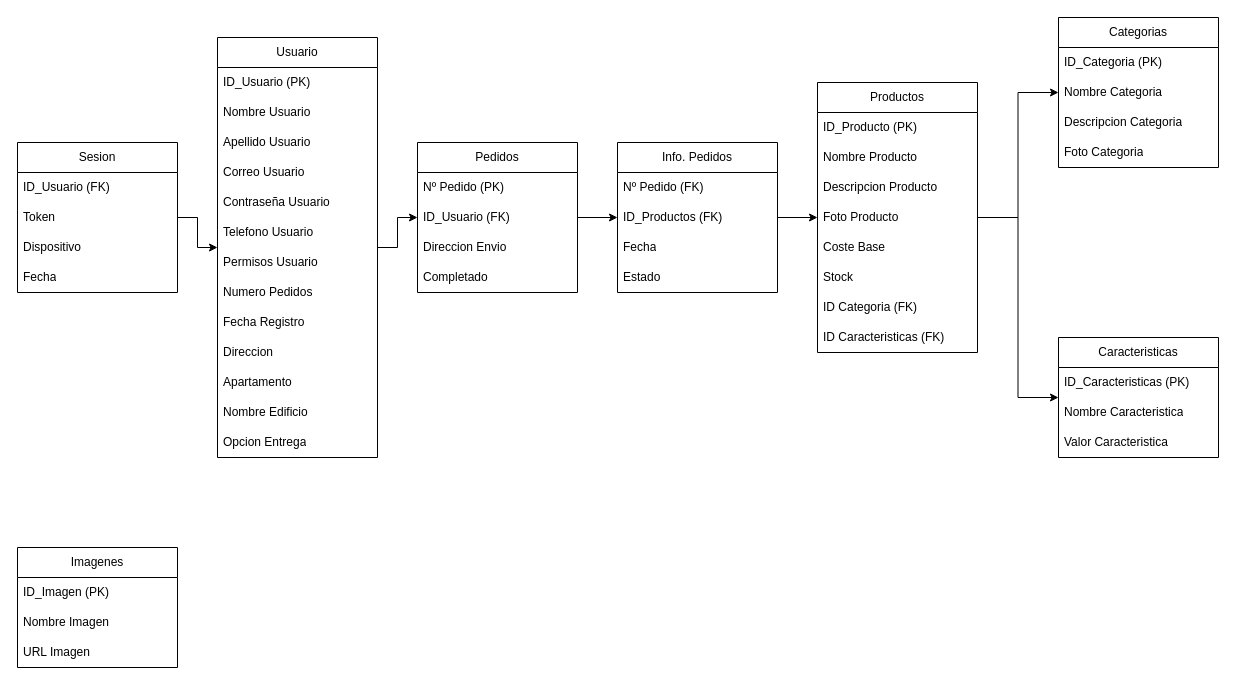
Above: page "Tabla" (2 of 2) of BBDDTFG.drawio in meeeww/tfg_server (draw.io), before the change. Source tidied: cells renumbered, new cells numbered last; positions are measured from the earlier drawing's top-left corner, leaving out a move shared by most shapes. Both pictures are drawn from the tidied source at 100%, with x=0, y=0 at pixel (17, 17).
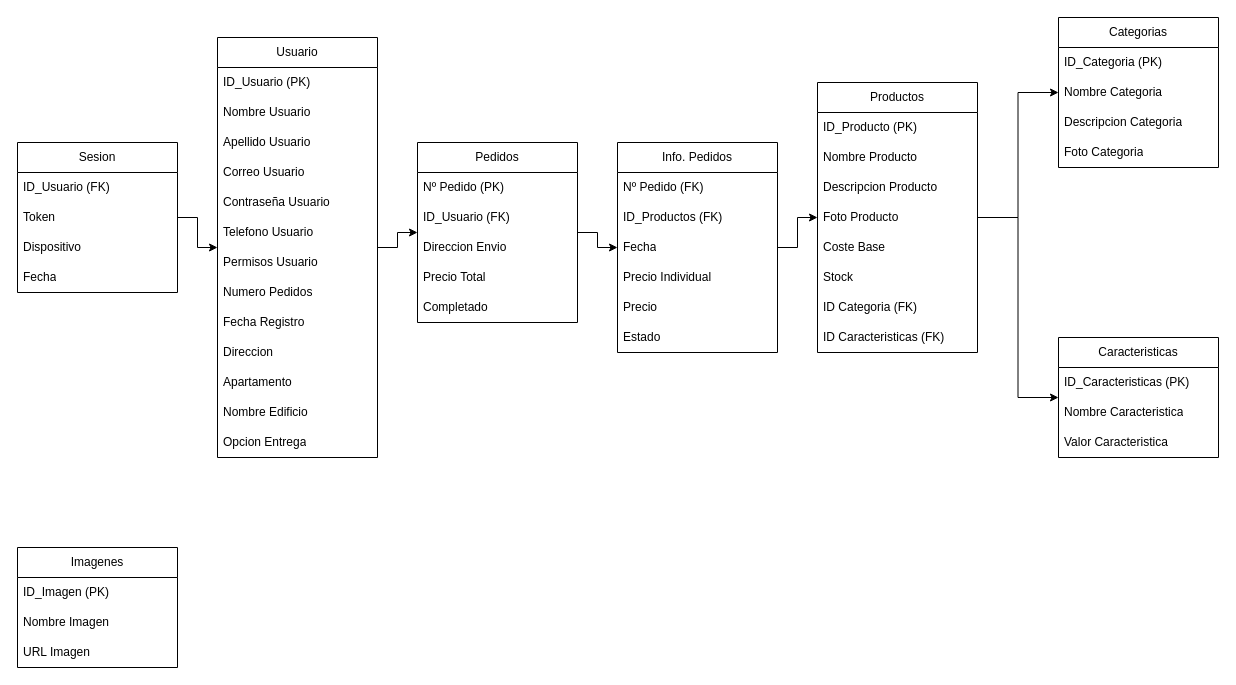
The same diagram, later.

What changed in the source:
```diff
@@
     <mxCell id="18" value="Pedidos" style="swimlane;fontStyle=0;horizontal=1;startSize=30;whiteSpace=wrap;html=1;" parent="1" vertex="1">
-      <mxGeometry x="400" y="125" width="160" height="150" as="geometry" />
+      <mxGeometry x="400" y="125" width="160" height="180" as="geometry" />
     </mxCell>
@@
+    <mxCell id="59" value="Precio Total" style="text;strokeColor=none;fillColor=none;align=left;verticalAlign=middle;spacingLeft=4;spacingRight=4;overflow=hidden;whiteSpace=wrap;html=1;" parent="18" vertex="1">
+      <mxGeometry y="120" width="160" height="30" as="geometry" />
+    </mxCell>
     <mxCell id="22" value="Completado" style="text;strokeColor=none;fillColor=none;align=left;verticalAlign=middle;spacingLeft=4;spacingRight=4;overflow=hidden;whiteSpace=wrap;html=1;" parent="18" vertex="1">
-      <mxGeometry y="120" width="160" height="30" as="geometry" />
+      <mxGeometry y="150" width="160" height="30" as="geometry" />
     </mxCell>
@@
     <mxCell id="50" value="Info. Pedidos" style="swimlane;fontStyle=0;horizontal=1;startSize=30;whiteSpace=wrap;html=1;" parent="1" vertex="1">
-      <mxGeometry x="600" y="125" width="160" height="150" as="geometry" />
+      <mxGeometry x="600" y="125" width="160" height="210" as="geometry" />
     </mxCell>
@@
+    <mxCell id="60" value="Precio Individual" style="text;strokeColor=none;fillColor=none;align=left;verticalAlign=middle;spacingLeft=4;spacingRight=4;overflow=hidden;whiteSpace=wrap;html=1;" parent="50" vertex="1">
+      <mxGeometry y="120" width="160" height="30" as="geometry" />
+    </mxCell>
+    <mxCell id="61" value="Precio" style="text;strokeColor=none;fillColor=none;align=left;verticalAlign=middle;spacingLeft=4;spacingRight=4;overflow=hidden;whiteSpace=wrap;html=1;" parent="50" vertex="1">
+      <mxGeometry y="150" width="160" height="30" as="geometry" />
+    </mxCell>
     <mxCell id="54" value="Estado" style="text;strokeColor=none;fillColor=none;align=left;verticalAlign=middle;spacingLeft=4;spacingRight=4;overflow=hidden;whiteSpace=wrap;html=1;" parent="50" vertex="1">
-      <mxGeometry y="120" width="160" height="30" as="geometry" />
+      <mxGeometry y="180" width="160" height="30" as="geometry" />
     </mxCell>
```
